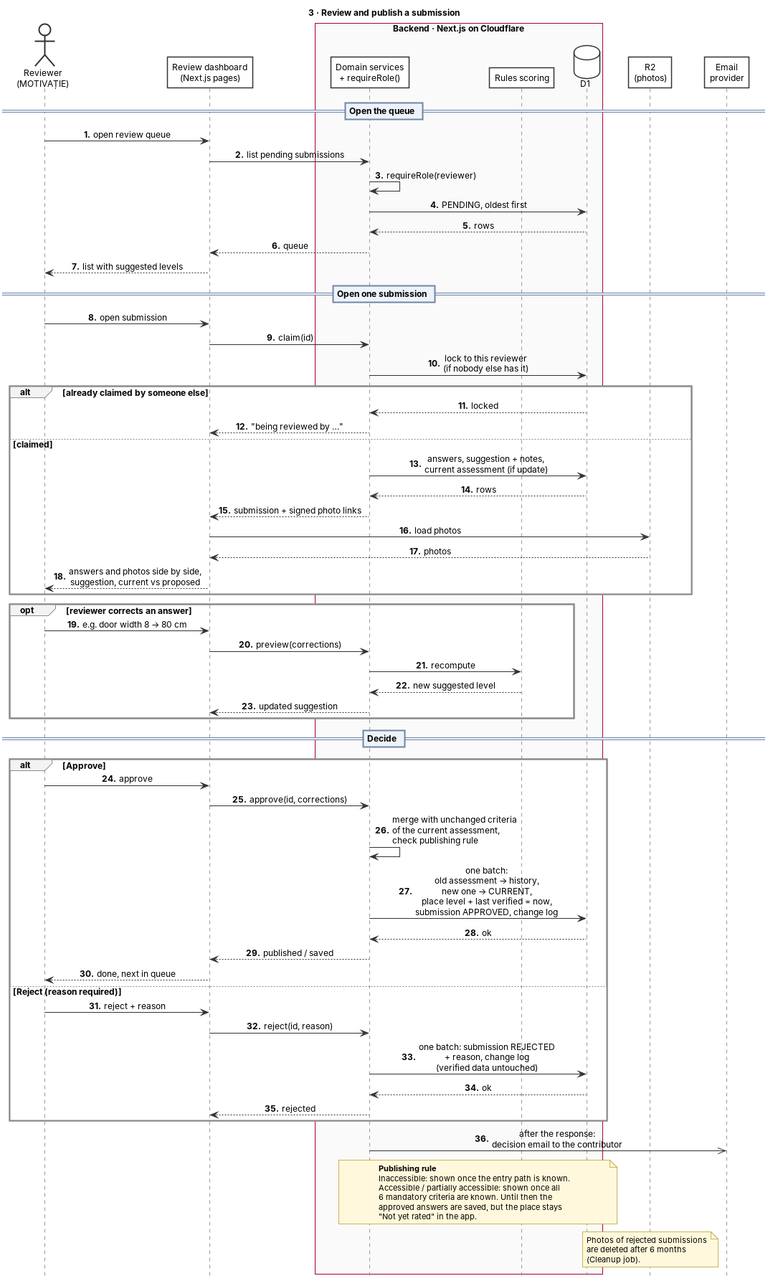
The PlantUML diagram docs/architecture/08c_seq_review.png in marinelavoda/Accessibility-Map, before a commit. Its source is kept beside it as docs/architecture/08c_seq_review.puml.
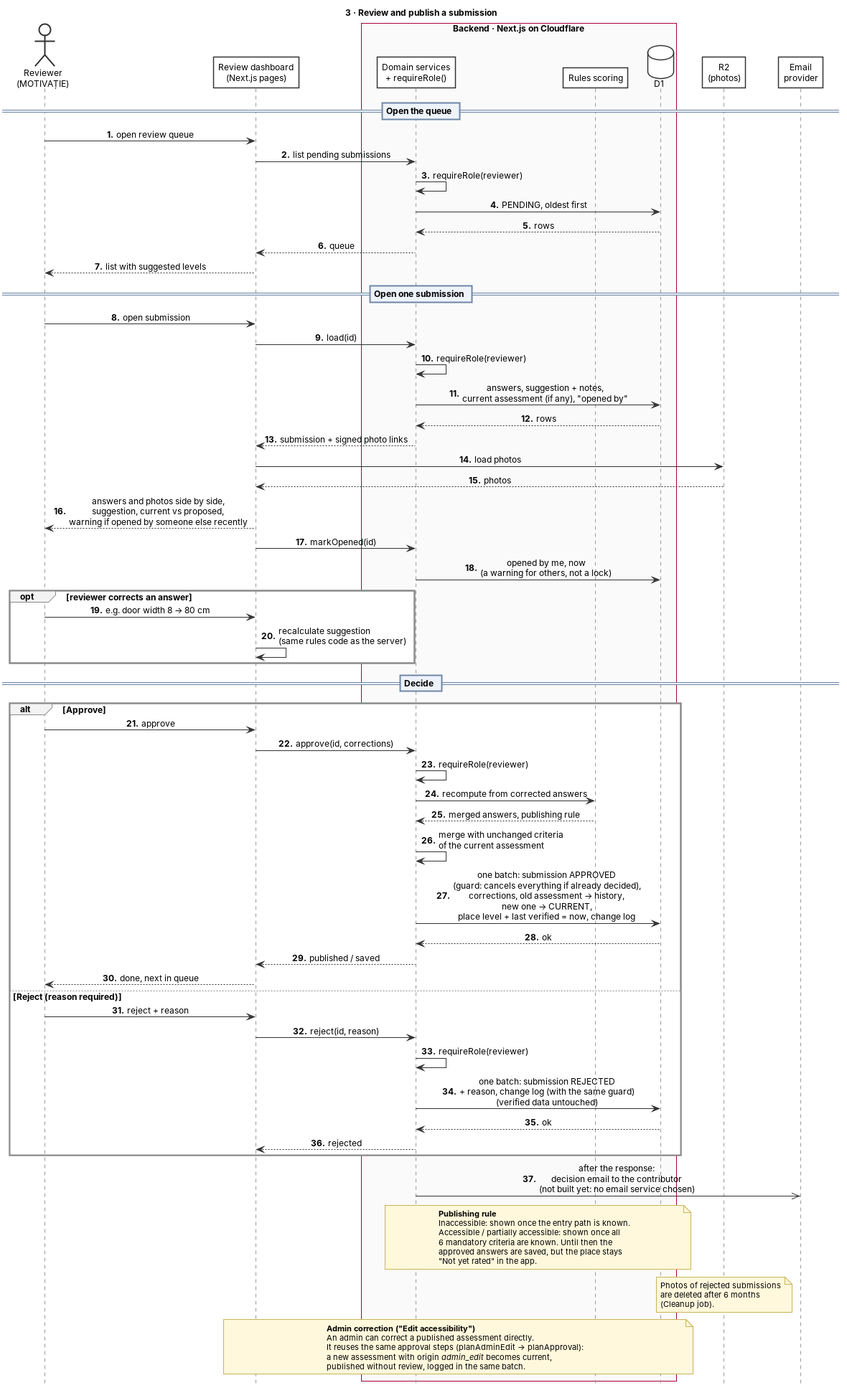
Later version of the same file.

The edit, as a diff of the source:
```diff
@@ -71,4 +71,11 @@
   "Not yet rated" in the app.
 end note
 note over R2 : Photos of rejected submissions\nare deleted after 6 months\n(Cleanup job).
+note over Dash, DB
+  <b>Admin correction ("Edit accessibility")</b>
+  An admin can correct a published assessment directly.
+  It reuses the same approval steps (planAdminEdit → planApproval):
+  a new assessment with origin <i>admin_edit</i> becomes current,
+  published without review, logged in the same batch.
+end note
 @enduml
```
